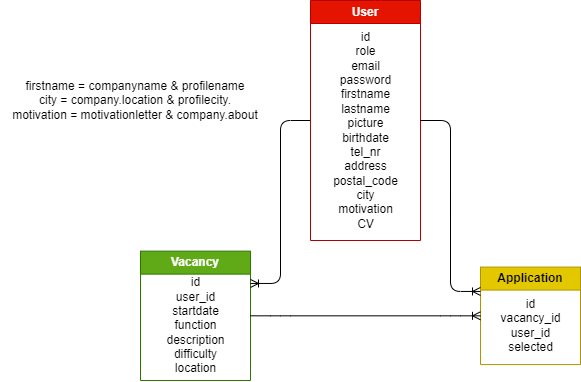
Before: documents/design/VAC-ERD-Uitgewerkt-gegevensmodel-TV-v2.drawio.png, a diagram exported from draw.io (TizianoVotano/educom-symfony). Source tidied: cells renumbered, new cells last; positions are measured from the earlier drawing's top-left corner, leaving out a move shared by most shapes.
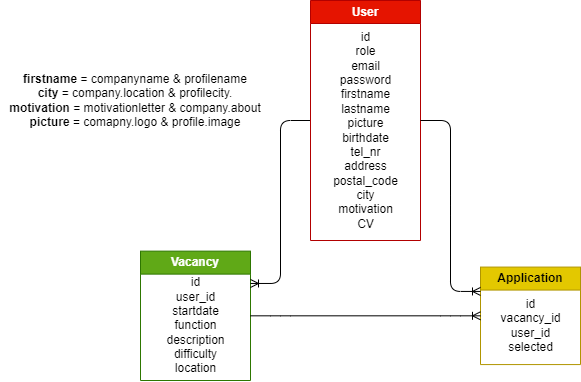
After the change.

Diff of the diagram source:
```diff
@@ -29,7 +29,7 @@
     <mxCell id="10" style="edgeStyle=entityRelationEdgeStyle;fontSize=12;html=1;endArrow=ERoneToMany;strokeColor=#000000;exitX=1;exitY=0.5;exitDx=0;exitDy=0;entryX=0;entryY=0.25;entryDx=0;entryDy=0;" parent="1" edge="1" source="8" target="4">
       <mxGeometry relative="1" as="geometry" />
     </mxCell>
-    <mxCell id="11" value="firstname = companyname &amp;amp; profilename&lt;br&gt;city = company.location &amp;amp; profilecity.&lt;br&gt;motivation = motivationletter &amp;amp; company.about" style="text;html=1;strokeColor=none;fillColor=none;align=center;verticalAlign=middle;whiteSpace=wrap;rounded=0;fontColor=#000000;" parent="1" vertex="1">
+    <mxCell id="11" value="&lt;b&gt;firstname&lt;/b&gt; = companyname &amp;amp; profilename&lt;br&gt;&lt;b&gt;city &lt;/b&gt;= company.location &amp;amp; profilecity.&lt;br&gt;&lt;b&gt;motivation &lt;/b&gt;= motivationletter &amp;amp; company.about&lt;br&gt;&lt;b&gt;picture &lt;/b&gt;= comapny.logo &amp;amp; profile.image" style="text;html=1;strokeColor=none;fillColor=none;align=center;verticalAlign=middle;whiteSpace=wrap;rounded=0;fontColor=#000000;" parent="1" vertex="1">
       <mxGeometry y="70" width="270" height="60" as="geometry" />
     </mxCell>
   </root>
```
